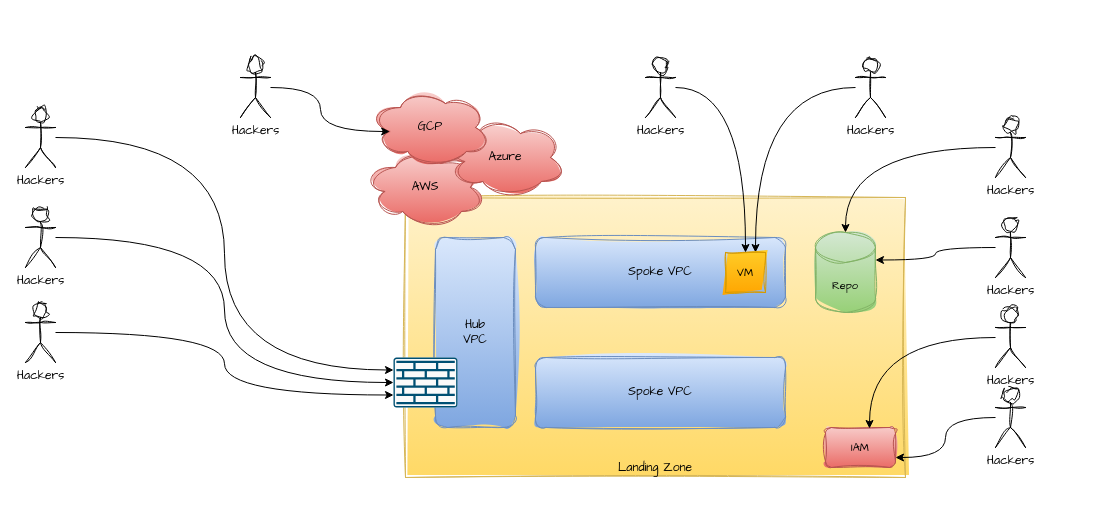
The draw.io diagram Generic - Cloud Protection.drawio in billhoph/whiteboards, before the edit. Source tidied: cells renumbered, new cells numbered last; positions are measured from the earlier drawing's top-left corner, leaving out a move shared by most shapes. Both pictures are drawn from the tidied source at 100%, with x=0, y=0 at pixel (25, 57).
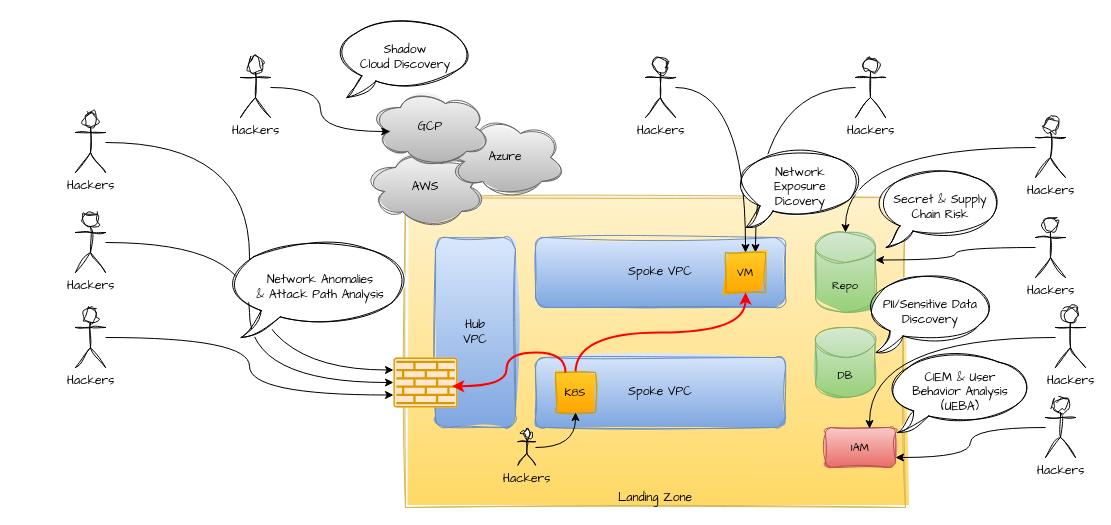
Above is the later version.

Unchanged cells that the change refers to:
```xml
<mxCell id="19" value="VM" style="whiteSpace=wrap;html=1;sketch=1;hachureGap=4;jiggle=2;curveFitting=1;fontFamily=Architects Daughter;fontSize=11;labelBackgroundColor=none;fillColor=#ffcd28;gradientColor=#ffa500;strokeColor=#d79b00;" parent="1" vertex="1">
  <mxGeometry x="700" y="195" width="40" height="40" as="geometry" />
</mxCell>
```

What changed in the source:
```diff
@@
     <mxCell id="2" value="Landing Zone" style="rounded=0;whiteSpace=wrap;html=1;sketch=1;hachureGap=4;jiggle=2;curveFitting=1;fontFamily=Architects Daughter;verticalAlign=bottom;fillColor=#fff2cc;gradientColor=#ffd966;strokeColor=#d6b656;" parent="1" vertex="1">
-      <mxGeometry x="380" y="140" width="500" height="280" as="geometry" />
+      <mxGeometry x="380" y="140" width="500" height="310" as="geometry" />
     </mxCell>
@@
-    <mxCell id="6" value="AWS" style="ellipse;shape=cloud;whiteSpace=wrap;html=1;sketch=1;hachureGap=4;jiggle=2;curveFitting=1;fontFamily=Architects Daughter;fillColor=#f8cecc;gradientColor=#ea6b66;strokeColor=#b85450;" parent="1" vertex="1">
+    <mxCell id="6" value="AWS" style="ellipse;shape=cloud;whiteSpace=wrap;html=1;sketch=1;hachureGap=4;jiggle=2;curveFitting=1;fontFamily=Architects Daughter;fillColor=#f5f5f5;strokeColor=#666666;gradientColor=#b3b3b3;" parent="1" vertex="1">
       <mxGeometry x="340" y="90" width="120" height="80" as="geometry" />
     </mxCell>
-    <mxCell id="7" value="Azure" style="ellipse;shape=cloud;whiteSpace=wrap;html=1;sketch=1;hachureGap=4;jiggle=2;curveFitting=1;fontFamily=Architects Daughter;fillColor=#f8cecc;gradientColor=#ea6b66;strokeColor=#b85450;" parent="1" vertex="1">
+    <mxCell id="7" value="Azure" style="ellipse;shape=cloud;whiteSpace=wrap;html=1;sketch=1;hachureGap=4;jiggle=2;curveFitting=1;fontFamily=Architects Daughter;fillColor=#f5f5f5;strokeColor=#666666;gradientColor=#b3b3b3;" parent="1" vertex="1">
       <mxGeometry x="420" y="60" width="120" height="80" as="geometry" />
     </mxCell>
-    <mxCell id="8" value="GCP" style="ellipse;shape=cloud;whiteSpace=wrap;html=1;sketch=1;hachureGap=4;jiggle=2;curveFitting=1;fontFamily=Architects Daughter;fillColor=#f8cecc;gradientColor=#ea6b66;strokeColor=#b85450;" parent="1" vertex="1">
+    <mxCell id="8" value="GCP" style="ellipse;shape=cloud;whiteSpace=wrap;html=1;sketch=1;hachureGap=4;jiggle=2;curveFitting=1;fontFamily=Architects Daughter;fillColor=#f5f5f5;strokeColor=#666666;gradientColor=#b3b3b3;" parent="1" vertex="1">
       <mxGeometry x="345" y="30" width="120" height="80" as="geometry" />
     </mxCell>
-    <mxCell id="9" style="sketch=0;points=[[0.015,0.015,0],[0.985,0.015,0],[0.985,0.985,0],[0.015,0.985,0],[0.25,0,0],[0.5,0,0],[0.75,0,0],[1,0.25,0],[1,0.5,0],[1,0.75,0],[0.75,1,0],[0.5,1,0],[0.25,1,0],[0,0.75,0],[0,0.5,0],[0,0.25,0]];verticalLabelPosition=bottom;html=1;verticalAlign=top;align=center;shape=mxgraph.cisco19.rect;prIcon=firewall;fillColor=#FAFAFA;strokeColor=#005073;hachureGap=4;jiggle=2;curveFitting=1;fontFamily=Architects Daughter;" parent="1" vertex="1">
+    <mxCell id="9" style="sketch=0;points=[[0.015,0.015,0],[0.985,0.015,0],[0.985,0.985,0],[0.015,0.985,0],[0.25,0,0],[0.5,0,0],[0.75,0,0],[1,0.25,0],[1,0.5,0],[1,0.75,0],[0.75,1,0],[0.5,1,0],[0.25,1,0],[0,0.75,0],[0,0.5,0],[0,0.25,0]];verticalLabelPosition=bottom;html=1;verticalAlign=top;align=center;shape=mxgraph.cisco19.rect;prIcon=firewall;fillColor=#ffe6cc;strokeColor=#d79b00;hachureGap=4;jiggle=2;curveFitting=1;fontFamily=Architects Daughter;" parent="1" vertex="1">
       <mxGeometry x="368" y="300" width="64" height="50" as="geometry" />
     </mxCell>
     <mxCell id="10" value="Hackers" style="shape=umlActor;verticalLabelPosition=bottom;verticalAlign=top;html=1;outlineConnect=0;sketch=1;hachureGap=4;jiggle=2;curveFitting=1;fontFamily=Architects Daughter;" parent="1" vertex="1">
-      <mxGeometry y="150" width="30" height="60" as="geometry" />
+      <mxGeometry x="50" y="155" width="30" height="60" as="geometry" />
     </mxCell>
@@
     <mxCell id="12" value="Hackers" style="shape=umlActor;verticalLabelPosition=bottom;verticalAlign=top;html=1;outlineConnect=0;sketch=1;hachureGap=4;jiggle=2;curveFitting=1;fontFamily=Architects Daughter;" parent="1" vertex="1">
-      <mxGeometry y="245" width="30" height="60" as="geometry" />
+      <mxGeometry x="50" y="250" width="30" height="60" as="geometry" />
     </mxCell>
@@
     <mxCell id="14" value="Hackers" style="shape=umlActor;verticalLabelPosition=bottom;verticalAlign=top;html=1;outlineConnect=0;sketch=1;hachureGap=4;jiggle=2;curveFitting=1;fontFamily=Architects Daughter;" parent="1" vertex="1">
-      <mxGeometry y="50" width="30" height="60" as="geometry" />
+      <mxGeometry x="50" y="55" width="30" height="60" as="geometry" />
     </mxCell>
@@
     <mxCell id="22" value="Hackers" style="shape=umlActor;verticalLabelPosition=bottom;verticalAlign=top;html=1;outlineConnect=0;sketch=1;hachureGap=4;jiggle=2;curveFitting=1;fontFamily=Architects Daughter;" parent="1" vertex="1">
-      <mxGeometry x="970" y="160" width="30" height="60" as="geometry" />
+      <mxGeometry x="1010" y="160" width="30" height="60" as="geometry" />
     </mxCell>
@@
     <mxCell id="24" value="Hackers" style="shape=umlActor;verticalLabelPosition=bottom;verticalAlign=top;html=1;outlineConnect=0;sketch=1;hachureGap=4;jiggle=2;curveFitting=1;fontFamily=Architects Daughter;" parent="1" vertex="1">
-      <mxGeometry x="970" y="60" width="30" height="60" as="geometry" />
+      <mxGeometry x="1010" y="60" width="30" height="60" as="geometry" />
     </mxCell>
@@
     <mxCell id="27" value="Hackers" style="shape=umlActor;verticalLabelPosition=bottom;verticalAlign=top;html=1;outlineConnect=0;sketch=1;hachureGap=4;jiggle=2;curveFitting=1;fontFamily=Architects Daughter;" parent="1" vertex="1">
-      <mxGeometry x="970" y="330" width="30" height="60" as="geometry" />
+      <mxGeometry x="1020" y="340" width="30" height="60" as="geometry" />
     </mxCell>
     <mxCell id="28" value="Hackers" style="shape=umlActor;verticalLabelPosition=bottom;verticalAlign=top;html=1;outlineConnect=0;sketch=1;hachureGap=4;jiggle=2;curveFitting=1;fontFamily=Architects Daughter;" parent="1" vertex="1">
-      <mxGeometry x="970" y="250" width="30" height="60" as="geometry" />
+      <mxGeometry x="1030" y="250" width="30" height="60" as="geometry" />
     </mxCell>
@@
+    <mxCell id="33" value="Shadow&lt;br&gt;Cloud Discovery" style="whiteSpace=wrap;html=1;shape=mxgraph.basic.oval_callout;sketch=1;hachureGap=4;jiggle=2;curveFitting=1;fontFamily=Architects Daughter;" parent="1" vertex="1">
+      <mxGeometry x="310" y="-40" width="140" height="80" as="geometry" />
+    </mxCell>
+    <mxCell id="34" value="Network Anomalies&lt;div&gt;&amp;amp; Attack Path Analysis&lt;/div&gt;" style="whiteSpace=wrap;html=1;shape=mxgraph.basic.oval_callout;sketch=1;hachureGap=4;jiggle=2;curveFitting=1;fontFamily=Architects Daughter;" parent="1" vertex="1">
+      <mxGeometry x="200" y="180" width="190" height="100" as="geometry" />
+    </mxCell>
+    <mxCell id="35" value="Network&lt;div&gt;Exposure&lt;/div&gt;&lt;div&gt;Dicovery&lt;/div&gt;" style="whiteSpace=wrap;html=1;shape=mxgraph.basic.oval_callout;sketch=1;hachureGap=4;jiggle=2;curveFitting=1;fontFamily=Architects Daughter;" parent="1" vertex="1">
+      <mxGeometry x="710" y="90" width="130" height="80" as="geometry" />
+    </mxCell>
+    <mxCell id="36" value="Secret &amp;amp; Supply&lt;div&gt;Chain Risk&lt;/div&gt;" style="whiteSpace=wrap;html=1;shape=mxgraph.basic.oval_callout;sketch=1;hachureGap=4;jiggle=2;curveFitting=1;fontFamily=Architects Daughter;" parent="1" vertex="1">
+      <mxGeometry x="850" y="110" width="130" height="80" as="geometry" />
+    </mxCell>
+    <mxCell id="37" value="CIEM &amp;amp; User&lt;div&gt;Behavior Analysis&lt;/div&gt;&lt;div&gt;(UEBA)&lt;/div&gt;" style="whiteSpace=wrap;html=1;shape=mxgraph.basic.oval_callout;sketch=1;hachureGap=4;jiggle=2;curveFitting=1;fontFamily=Architects Daughter;" parent="1" vertex="1">
+      <mxGeometry x="860" y="295" width="150" height="80" as="geometry" />
+    </mxCell>
+    <mxCell id="38" style="edgeStyle=orthogonalEdgeStyle;curved=1;rounded=0;hachureGap=4;jettySize=auto;html=1;entryX=0.5;entryY=1;entryDx=0;entryDy=0;strokeColor=#FF0000;align=center;verticalAlign=middle;fontFamily=Architects Daughter;fontSize=11;fontColor=default;labelBackgroundColor=default;endArrow=classic;flowAnimation=1;exitX=0.5;exitY=0;exitDx=0;exitDy=0;strokeWidth=2;" parent="1" edge="1" source="39" target="19">
+      <mxGeometry relative="1" as="geometry" />
+    </mxCell>
+    <mxCell id="39" value="K8S" style="whiteSpace=wrap;html=1;sketch=1;hachureGap=4;jiggle=2;curveFitting=1;fontFamily=Architects Daughter;fontSize=11;labelBackgroundColor=none;fillColor=#ffcd28;gradientColor=#ffa500;strokeColor=#d79b00;" parent="1" vertex="1">
+      <mxGeometry x="530" y="315" width="40" height="40" as="geometry" />
+    </mxCell>
+    <mxCell id="40" style="edgeStyle=orthogonalEdgeStyle;rounded=0;hachureGap=4;jettySize=auto;html=1;entryX=0.5;entryY=1;entryDx=0;entryDy=0;fontFamily=Architects Daughter;curved=1;flowAnimation=1;" parent="1" edge="1" source="41" target="39">
+      <mxGeometry relative="1" as="geometry" />
+    </mxCell>
+    <mxCell id="41" value="Hackers" style="shape=umlActor;verticalLabelPosition=bottom;verticalAlign=top;html=1;outlineConnect=0;sketch=1;hachureGap=4;jiggle=2;curveFitting=1;fontFamily=Architects Daughter;" parent="1" vertex="1">
+      <mxGeometry x="492.5" y="372.5" width="17.5" height="35" as="geometry" />
+    </mxCell>
+    <mxCell id="42" style="edgeStyle=orthogonalEdgeStyle;curved=1;rounded=0;hachureGap=4;jettySize=auto;html=1;entryX=0.917;entryY=0.573;entryDx=0;entryDy=0;strokeColor=#FF0000;align=center;verticalAlign=middle;fontFamily=Architects Daughter;fontSize=11;fontColor=default;labelBackgroundColor=default;endArrow=classic;flowAnimation=1;exitX=0.25;exitY=0;exitDx=0;exitDy=0;strokeWidth=2;entryPerimeter=0;" parent="1" edge="1" source="39" target="9">
+      <mxGeometry relative="1" as="geometry" />
+    </mxCell>
+    <mxCell id="43" value="DB" style="shape=cylinder3;whiteSpace=wrap;html=1;boundedLbl=1;backgroundOutline=1;size=15;sketch=1;hachureGap=4;jiggle=2;curveFitting=1;fontFamily=Architects Daughter;fontSize=11;labelBackgroundColor=none;fillColor=#d5e8d4;gradientColor=#97d077;strokeColor=#82b366;" parent="1" vertex="1">
+      <mxGeometry x="790" y="270" width="60" height="70" as="geometry" />
+    </mxCell>
+    <mxCell id="44" value="PII/Sensitive Data&lt;div&gt;Discovery&lt;/div&gt;" style="whiteSpace=wrap;html=1;shape=mxgraph.basic.oval_callout;sketch=1;hachureGap=4;jiggle=2;curveFitting=1;fontFamily=Architects Daughter;" parent="1" vertex="1">
+      <mxGeometry x="840" y="215" width="130" height="80" as="geometry" />
+    </mxCell>
```
